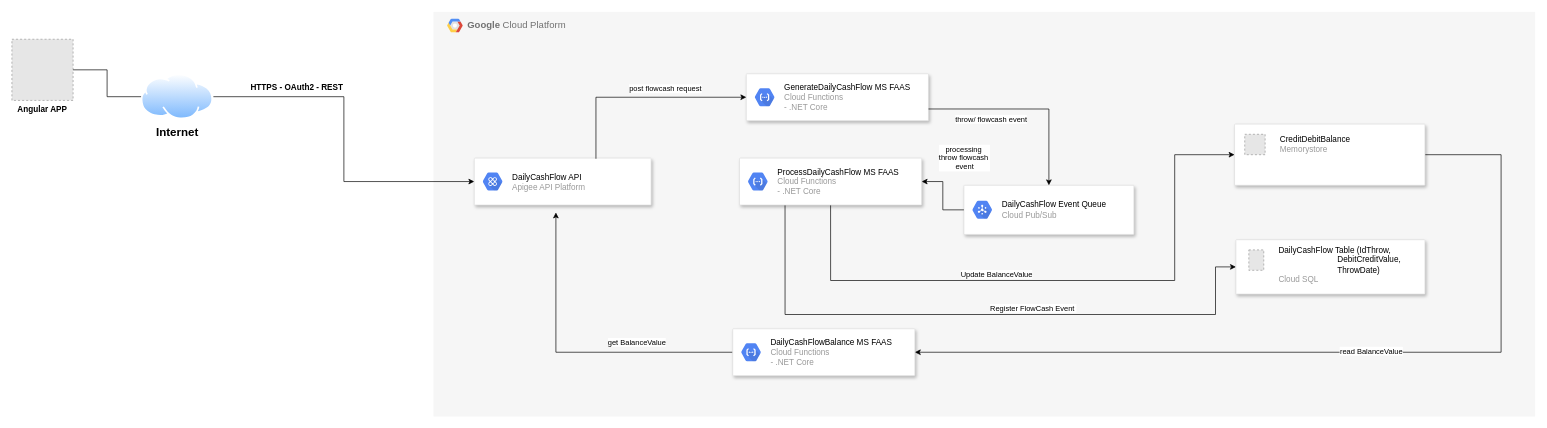
Above: page "Solution Diagram" (1 of 3) of documentation/DailyCashFlowArchitecture.drawio in wellamaral2007/DailyCashFlowAPI (draw.io), before the change. Source tidied: cells renumbered, new cells numbered last; positions are measured from the earlier drawing's top-left corner, leaving out a move shared by most shapes. Both pictures are drawn from the tidied source at 68%, with x=0, y=0 at pixel (12, 12). Pictures stored in the file or linked from it are replaced by grey dashed boxes.
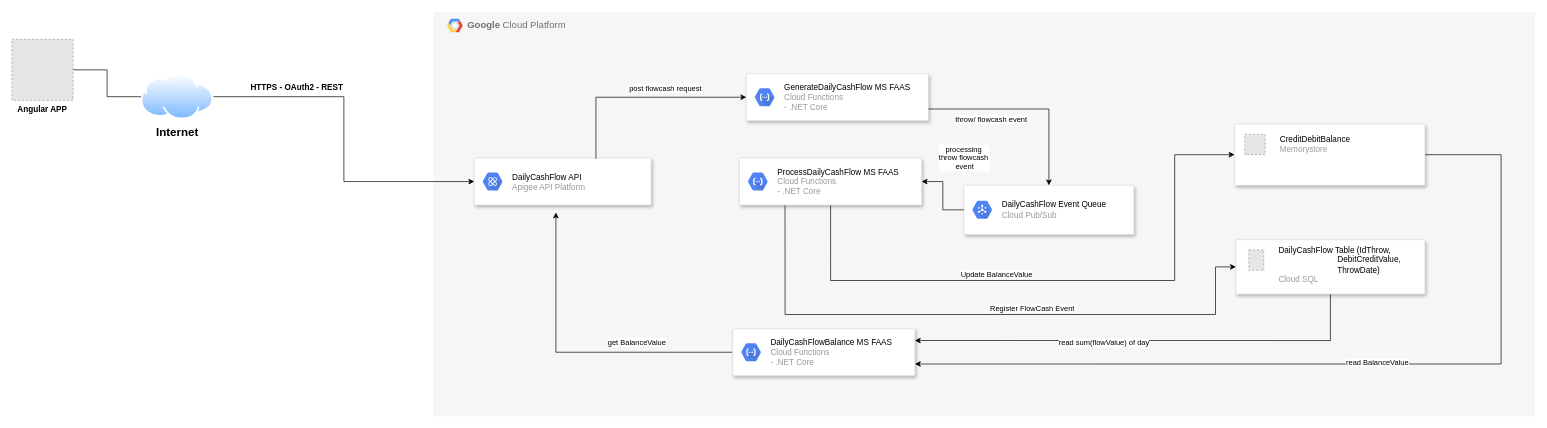
The same page after the edit.

Unchanged cells that the change refers to:
```xml
<mxCell id="23" style="strokeColor=#dddddd;shadow=1;strokeWidth=1;rounded=1;absoluteArcSize=1;arcSize=2;" parent="1" vertex="1">
  <mxGeometry x="1800" y="335" width="278" height="80" as="geometry" />
</mxCell>
<mxCell id="27" style="strokeColor=#dddddd;shadow=1;strokeWidth=1;rounded=1;absoluteArcSize=1;arcSize=2;" parent="1" vertex="1">
  <mxGeometry x="1798" y="165" width="280" height="90" as="geometry" />
</mxCell>
<mxCell id="31" style="strokeColor=#dddddd;shadow=1;strokeWidth=1;rounded=1;absoluteArcSize=1;arcSize=2;" parent="1" vertex="1">
  <mxGeometry x="1060" y="466" width="267.9" height="69" as="geometry" />
</mxCell>
```

Diff of the diagram source:
```diff
@@
+    <mxCell id="37" style="edgeStyle=orthogonalEdgeStyle;rounded=0;jettySize=auto;html=1;entryX=1;entryY=0.25;entryDx=0;entryDy=0;" parent="1" edge="1" source="23" target="31">
+      <mxGeometry relative="1" as="geometry">
+        <Array as="points">
+          <mxPoint x="1939" y="483" />
+        </Array>
+      </mxGeometry>
+    </mxCell>
+    <mxCell id="38" value="read sum(flowValue) of day" style="edgeLabel;html=1;align=center;verticalAlign=middle;" parent="37" vertex="1">
+      <mxGeometry x="0.18" y="3" relative="1" as="geometry">
+        <mxPoint x="-1" as="offset" />
+      </mxGeometry>
+    </mxCell>
@@
-    <mxCell id="25" style="edgeStyle=orthogonalEdgeStyle;rounded=0;jettySize=auto;html=1;exitX=1;exitY=0.5;exitDx=0;exitDy=0;entryX=1;entryY=0.5;entryDx=0;entryDy=0;" parent="1" edge="1" source="27" target="31">
+    <mxCell id="25" style="edgeStyle=orthogonalEdgeStyle;rounded=0;jettySize=auto;html=1;exitX=1;exitY=0.5;exitDx=0;exitDy=0;entryX=1;entryY=0.75;entryDx=0;entryDy=0;" parent="1" edge="1" source="27" target="31">
       <mxGeometry relative="1" as="geometry">
         <Array as="points">
           <mxPoint x="2190" y="210" />
-          <mxPoint x="2190" y="500" />
+          <mxPoint x="2190" y="518" />
         </Array>
       </mxGeometry>
     </mxCell>
```
